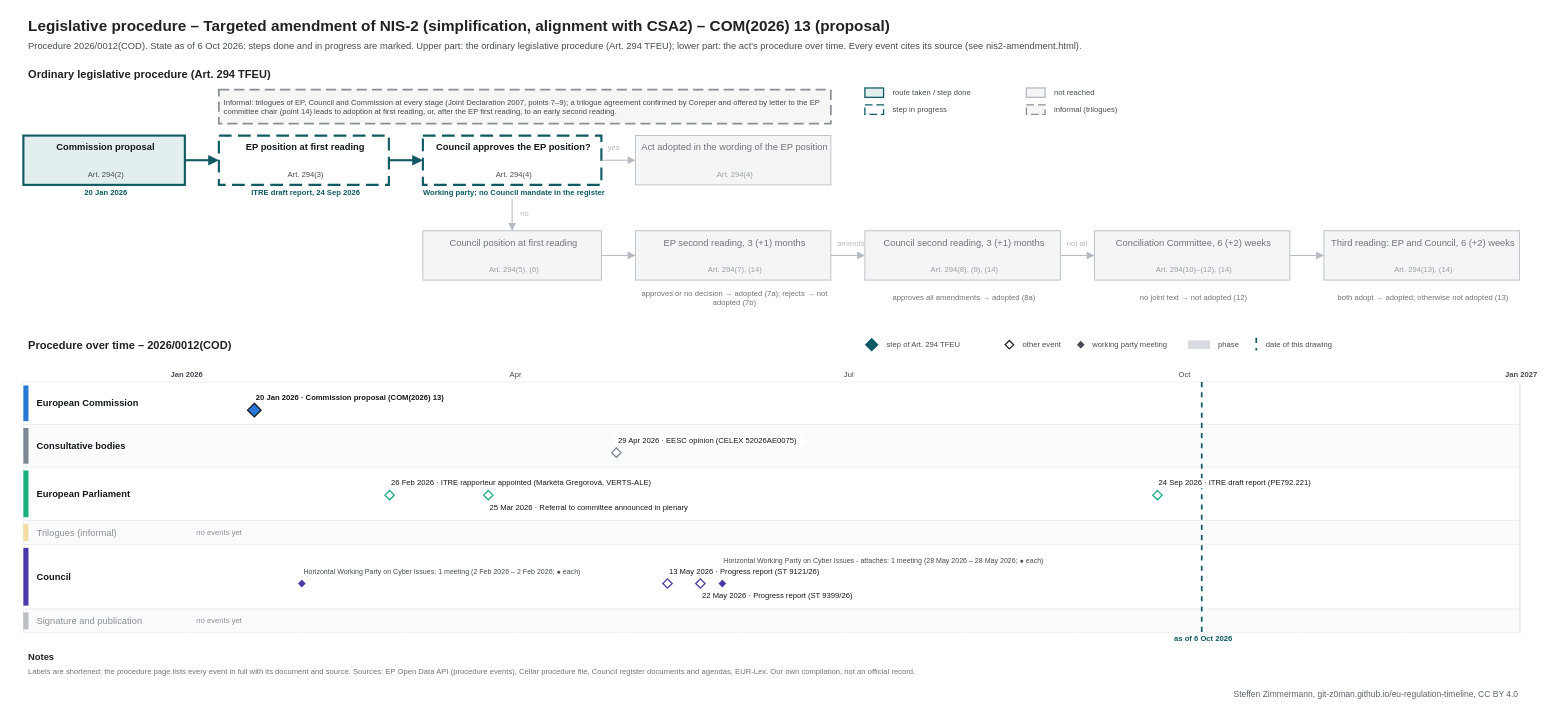
Earlier version of the draw.io diagram procedures/nis2-amendment.drawio (git-z0man/eu-regulation-timeline). Source tidied: cells renumbered, new cells numbered last; positions are measured from the earlier drawing's top-left corner, leaving out a move shared by most shapes. Both pictures are drawn from the tidied source at 85%, with x=0, y=0 at pixel (14, 14).
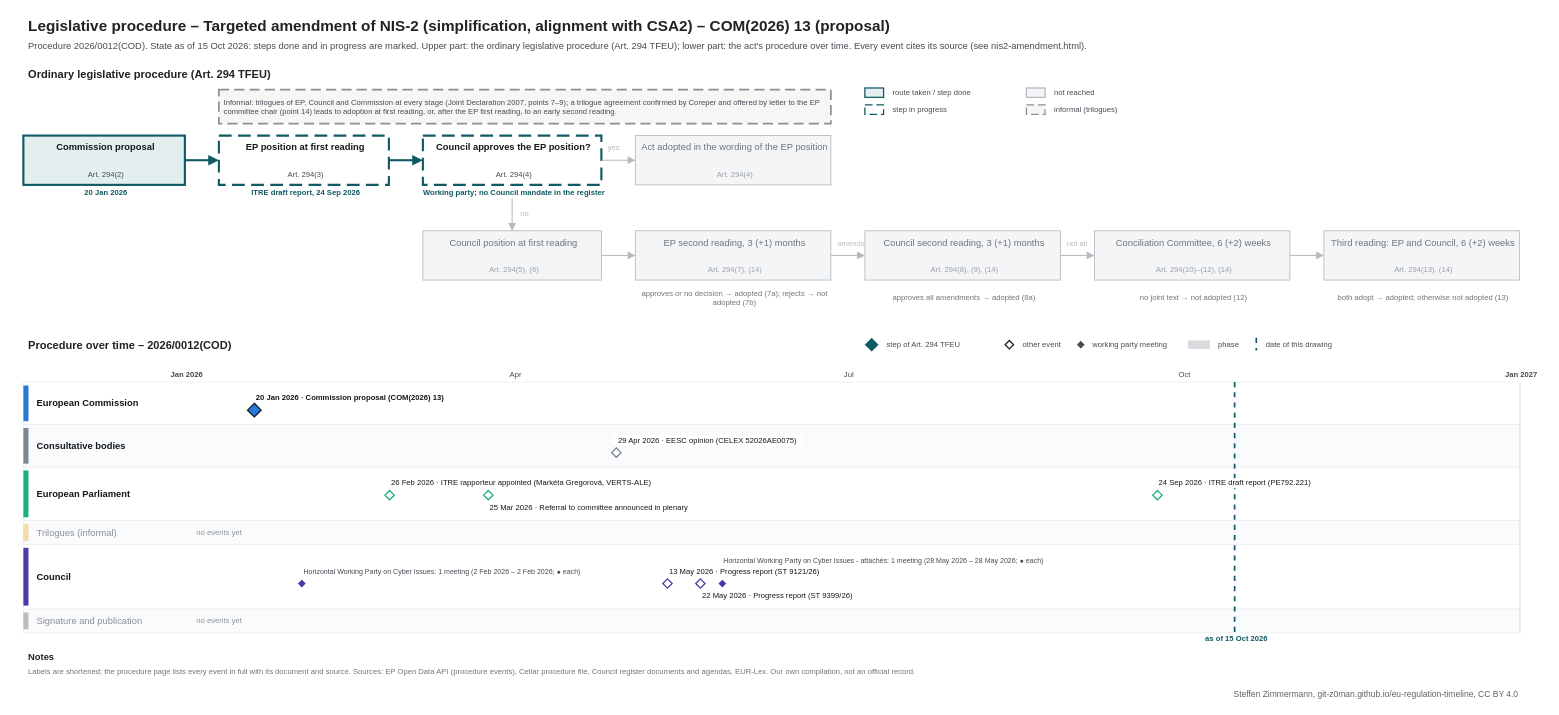
After the change.

Change to the diagram source:
```diff
@@
-    <mxCell id="3" value="Procedure 2026/0012(COD). State as of 6 Oct 2026: steps done and in progress are marked. Upper part: the ordinary legislative procedure (Art. 294 TFEU); lower part: the act's procedure over time. Every event cites its source (see nis2-amendment.html)." style="text;html=1;fontSize=11;fontColor=#454c53;align=left;verticalAlign=middle;spacingLeft=4;" parent="1" vertex="1">
+    <mxCell id="3" value="Procedure 2026/0012(COD). State as of 15 Oct 2026: steps done and in progress are marked. Upper part: the ordinary legislative procedure (Art. 294 TFEU); lower part: the act's procedure over time. Every event cites its source (see nis2-amendment.html)." style="text;html=1;fontSize=11;fontColor=#454c53;align=left;verticalAlign=middle;spacingLeft=4;" parent="1" vertex="1">
       <mxGeometry x="10" y="28" width="1700" height="18" as="geometry" />
     </mxCell>
@@
     <mxCell id="110" style="line;html=1;strokeWidth=2;strokeColor=#0f5a63;direction=south;dashed=1;" parent="1" vertex="1">
-      <mxGeometry x="1395.8" y="432" width="1" height="295" as="geometry" />
+      <mxGeometry x="1434.5" y="432" width="1" height="295" as="geometry" />
     </mxCell>
-    <mxCell id="111" value="as of 6 Oct 2026" style="text;html=1;fontSize=9;fontColor=#0f5a63;align=center;verticalAlign=middle;spacingLeft=4;fontStyle=1;" parent="1" vertex="1">
-      <mxGeometry x="1335.8" y="728" width="120" height="12" as="geometry" />
+    <mxCell id="111" value="as of 15 Oct 2026" style="text;html=1;fontSize=9;fontColor=#0f5a63;align=center;verticalAlign=middle;spacingLeft=4;fontStyle=1;" parent="1" vertex="1">
+      <mxGeometry x="1374.5" y="728" width="120" height="12" as="geometry" />
     </mxCell>
```
